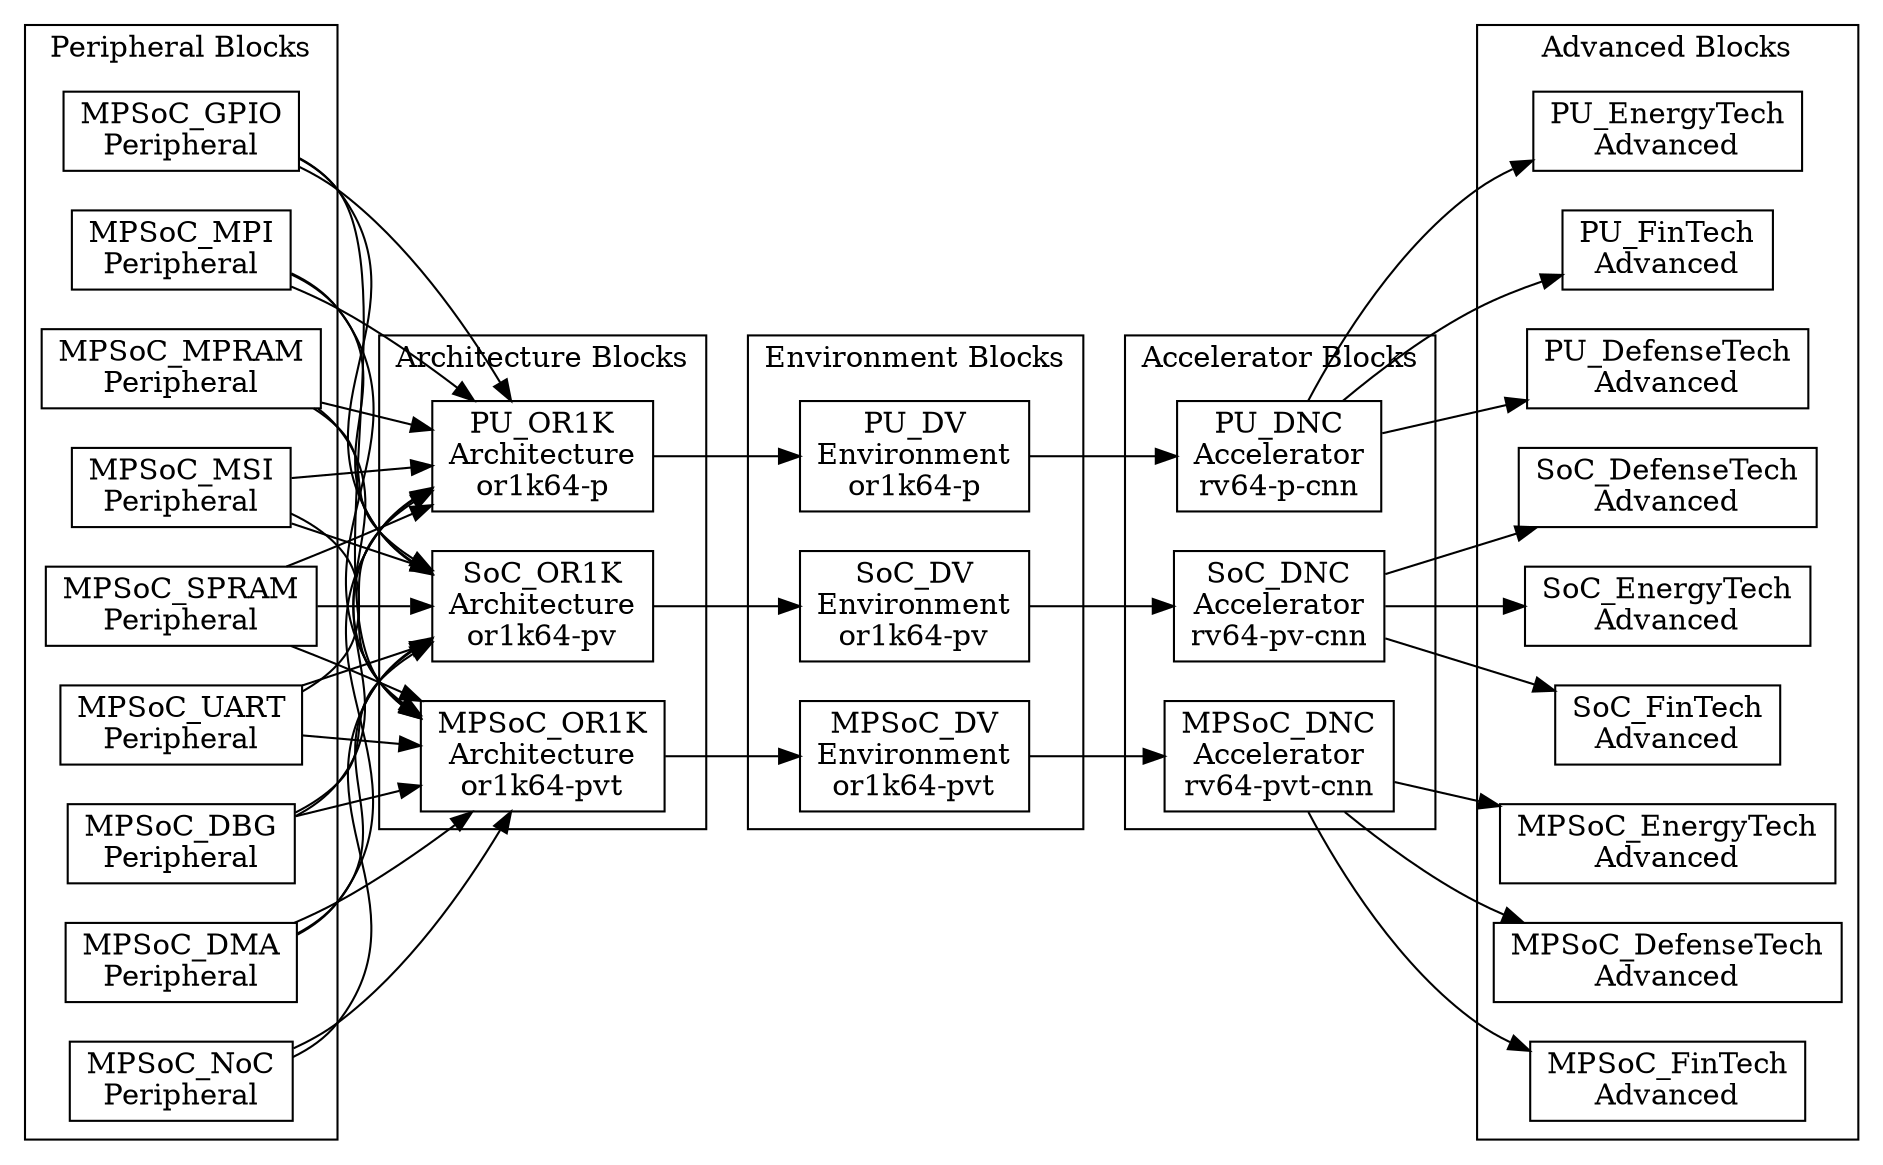
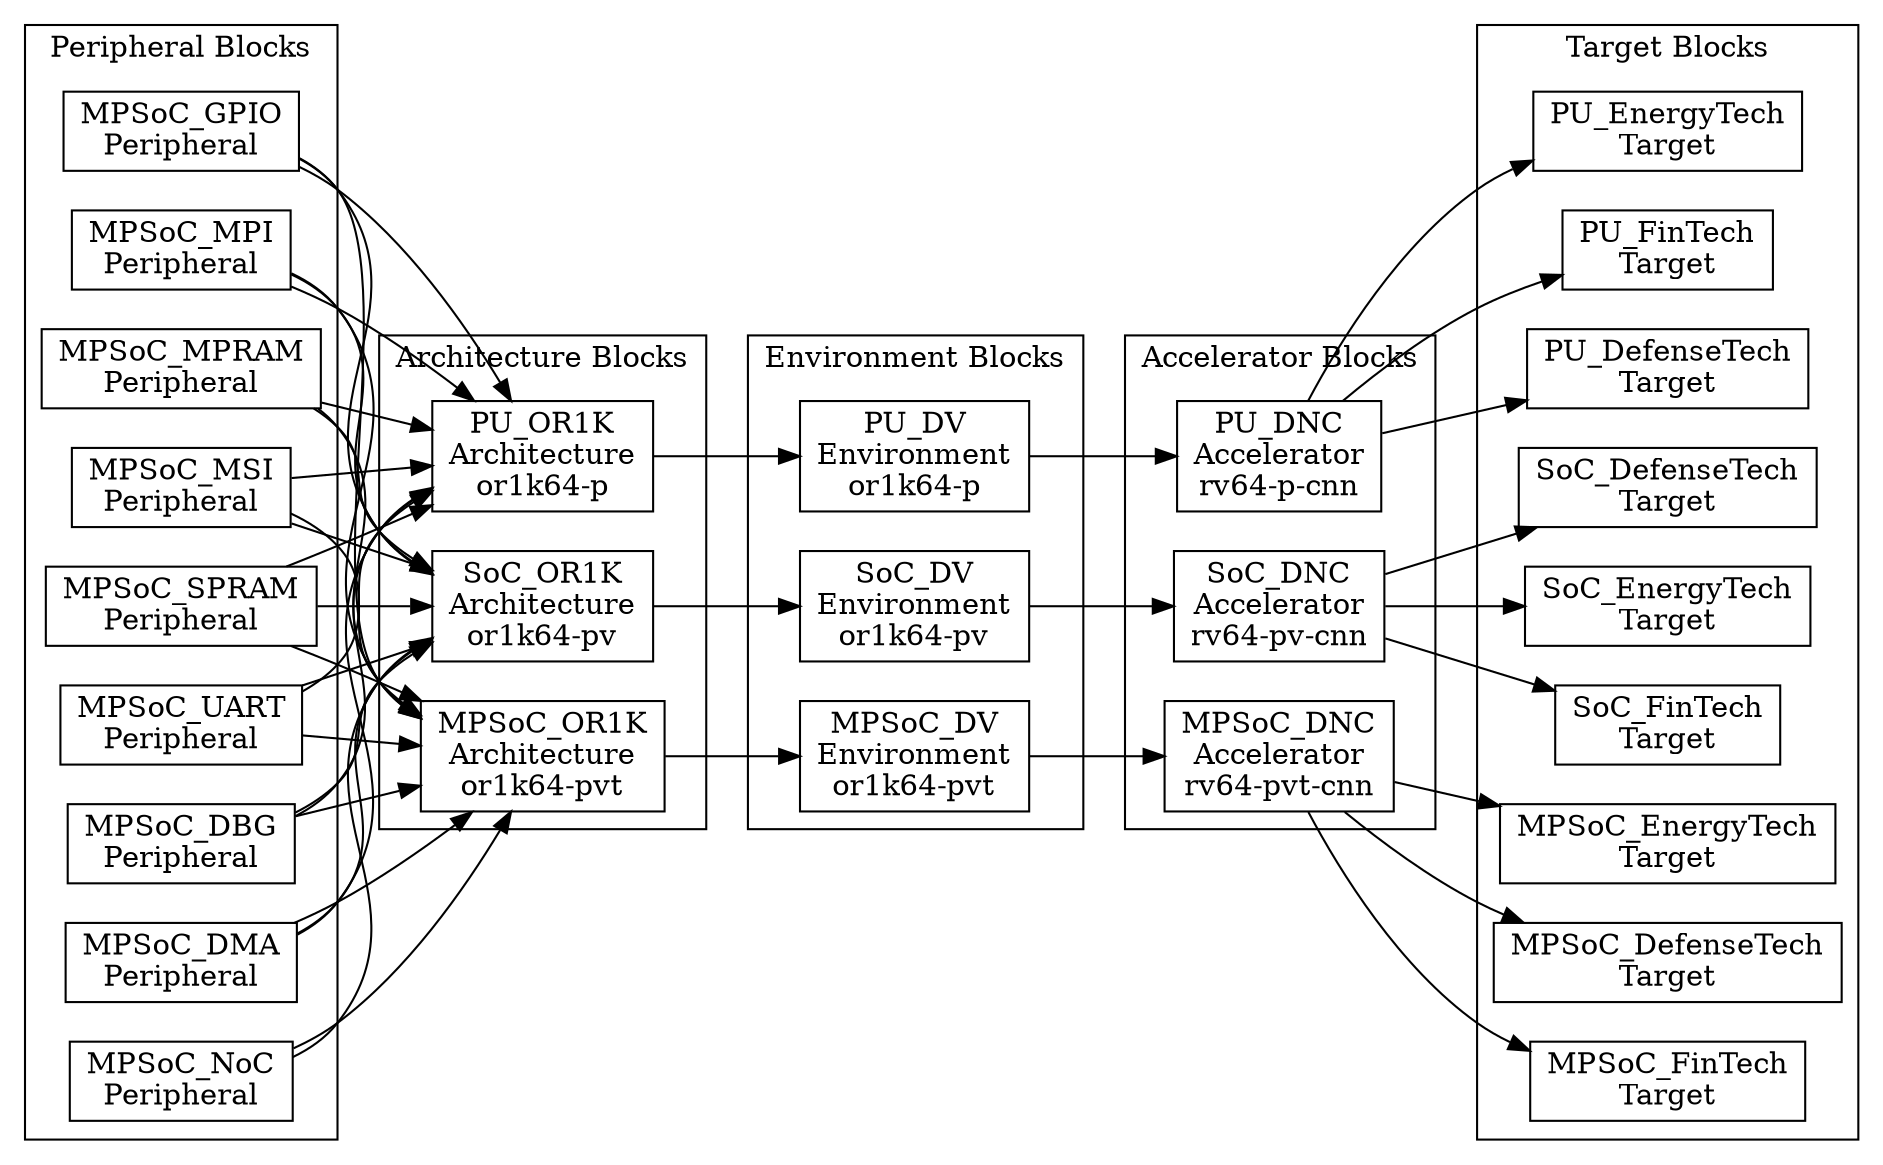
digraph Project {
  // Introduction
  graph [rankdir = LR];
  node[shape=record];

  // Peripheral Blocks
  subgraph "cluster PeripheralBlocks" { label = "Peripheral Blocks";
    MPSoC_DBG[label="MPSoC_DBG\nPeripheral"];
    MPSoC_DMA[label="MPSoC_DMA\nPeripheral"];
    MPSoC_GPIO[label="MPSoC_GPIO\nPeripheral"];
    MPSoC_MPI[label="MPSoC_MPI\nPeripheral"];
    MPSoC_MPRAM[label="MPSoC_MPRAM\nPeripheral"];
    MPSoC_MSI[label="MPSoC_MSI\nPeripheral"];
    MPSoC_NoC[label="MPSoC_NoC\nPeripheral"];
    MPSoC_SPRAM[label="MPSoC_SPRAM\nPeripheral"];
    MPSoC_UART[label="MPSoC_UART\nPeripheral"];
  }

  // Architecture Blocks
  subgraph "cluster ArchitectureBlocks" { label = "Architecture Blocks";
    MPSoC_OR1K[label="MPSoC_OR1K\nArchitecture\nor1k64-pvt"];
    SoC_OR1K[label="SoC_OR1K\nArchitecture\nor1k64-pv"];
    PU_OR1K[label="PU_OR1K\nArchitecture\nor1k64-p"];
  }

  // Environment Blocks
  subgraph "cluster EnvironmentBlocks" { label = "Environment Blocks";
    MPSoC_DV[label="MPSoC_DV\nEnvironment\nor1k64-pvt"];
    SoC_DV[label="SoC_DV\nEnvironment\nor1k64-pv"];
    PU_DV[label="PU_DV\nEnvironment\nor1k64-p"];
  }

  // Accelerator Blocks
  subgraph "cluster AcceleratorBlocks" { label = "Accelerator Blocks";
    MPSoC_DNC[label="MPSoC_DNC\nAccelerator\nrv64-pvt-cnn"];
    SoC_DNC[label="SoC_DNC\nAccelerator\nrv64-pv-cnn"];
    PU_DNC[label="PU_DNC\nAccelerator\nrv64-p-cnn"];
  }

-   // Advanced Blocks
-   subgraph "cluster AdvancedBlocks" { label = "Advanced Blocks";
-     MPSoC_EnergyTech[label="MPSoC_EnergyTech\nAdvanced"];
-     SoC_EnergyTech[label="SoC_EnergyTech\nAdvanced"];
-     PU_EnergyTech[label="PU_EnergyTech\nAdvanced"];
+   // Target Blocks
+   subgraph "cluster TargetBlocks" { label = "Target Blocks";
+     MPSoC_EnergyTech[label="MPSoC_EnergyTech\nTarget"];
+     SoC_EnergyTech[label="SoC_EnergyTech\nTarget"];
+     PU_EnergyTech[label="PU_EnergyTech\nTarget"];

-     MPSoC_FinTech[label="MPSoC_FinTech\nAdvanced"];
-     SoC_FinTech[label="SoC_FinTech\nAdvanced"];
-     PU_FinTech[label="PU_FinTech\nAdvanced"];
+     MPSoC_FinTech[label="MPSoC_FinTech\nTarget"];
+     SoC_FinTech[label="SoC_FinTech\nTarget"];
+     PU_FinTech[label="PU_FinTech\nTarget"];

-     MPSoC_DefenseTech[label="MPSoC_DefenseTech\nAdvanced"];
-     SoC_DefenseTech[label="SoC_DefenseTech\nAdvanced"];
-     PU_DefenseTech[label="PU_DefenseTech\nAdvanced"];
+     MPSoC_DefenseTech[label="MPSoC_DefenseTech\nTarget"];
+     SoC_DefenseTech[label="SoC_DefenseTech\nTarget"];
+     PU_DefenseTech[label="PU_DefenseTech\nTarget"];
  }

  // Peripheral -> Architecture
  MPSoC_DBG -> MPSoC_OR1K;
  MPSoC_DMA -> MPSoC_OR1K;
  MPSoC_GPIO -> MPSoC_OR1K;
  MPSoC_MPI -> MPSoC_OR1K;
  MPSoC_MPRAM -> MPSoC_OR1K;
  MPSoC_MSI -> MPSoC_OR1K;
  MPSoC_NoC -> MPSoC_OR1K;
  MPSoC_SPRAM -> MPSoC_OR1K;
  MPSoC_UART -> MPSoC_OR1K;

  MPSoC_DBG -> SoC_OR1K;
  MPSoC_DMA -> SoC_OR1K;
  MPSoC_GPIO -> SoC_OR1K;
  MPSoC_MPI -> SoC_OR1K;
  MPSoC_MPRAM -> SoC_OR1K;
  MPSoC_MSI -> SoC_OR1K;
  MPSoC_NoC -> SoC_OR1K;
  MPSoC_SPRAM -> SoC_OR1K;
  MPSoC_UART -> SoC_OR1K;

  MPSoC_DBG -> PU_OR1K;
  MPSoC_DMA -> PU_OR1K;
  MPSoC_GPIO -> PU_OR1K;
  MPSoC_MPI -> PU_OR1K;
  MPSoC_MPRAM -> PU_OR1K;
  MPSoC_MSI -> PU_OR1K;
  MPSoC_SPRAM -> PU_OR1K;
  MPSoC_UART -> PU_OR1K;

  // Architecture -> Environment
  PU_OR1K -> PU_DV;

  SoC_OR1K -> SoC_DV;

  MPSoC_OR1K -> MPSoC_DV;

  // Environment -> Accelerator
  PU_DV -> PU_DNC;

  SoC_DV -> SoC_DNC;

  MPSoC_DV -> MPSoC_DNC;

-   // Accelerator -> Advanced
+   // Accelerator -> Target
  PU_DNC -> PU_EnergyTech;

  SoC_DNC -> SoC_EnergyTech;

  MPSoC_DNC -> MPSoC_EnergyTech;

  PU_DNC -> PU_FinTech;

  SoC_DNC -> SoC_FinTech;

  MPSoC_DNC -> MPSoC_FinTech;

  PU_DNC -> PU_DefenseTech;

  SoC_DNC -> SoC_DefenseTech;

  MPSoC_DNC -> MPSoC_DefenseTech;
}
